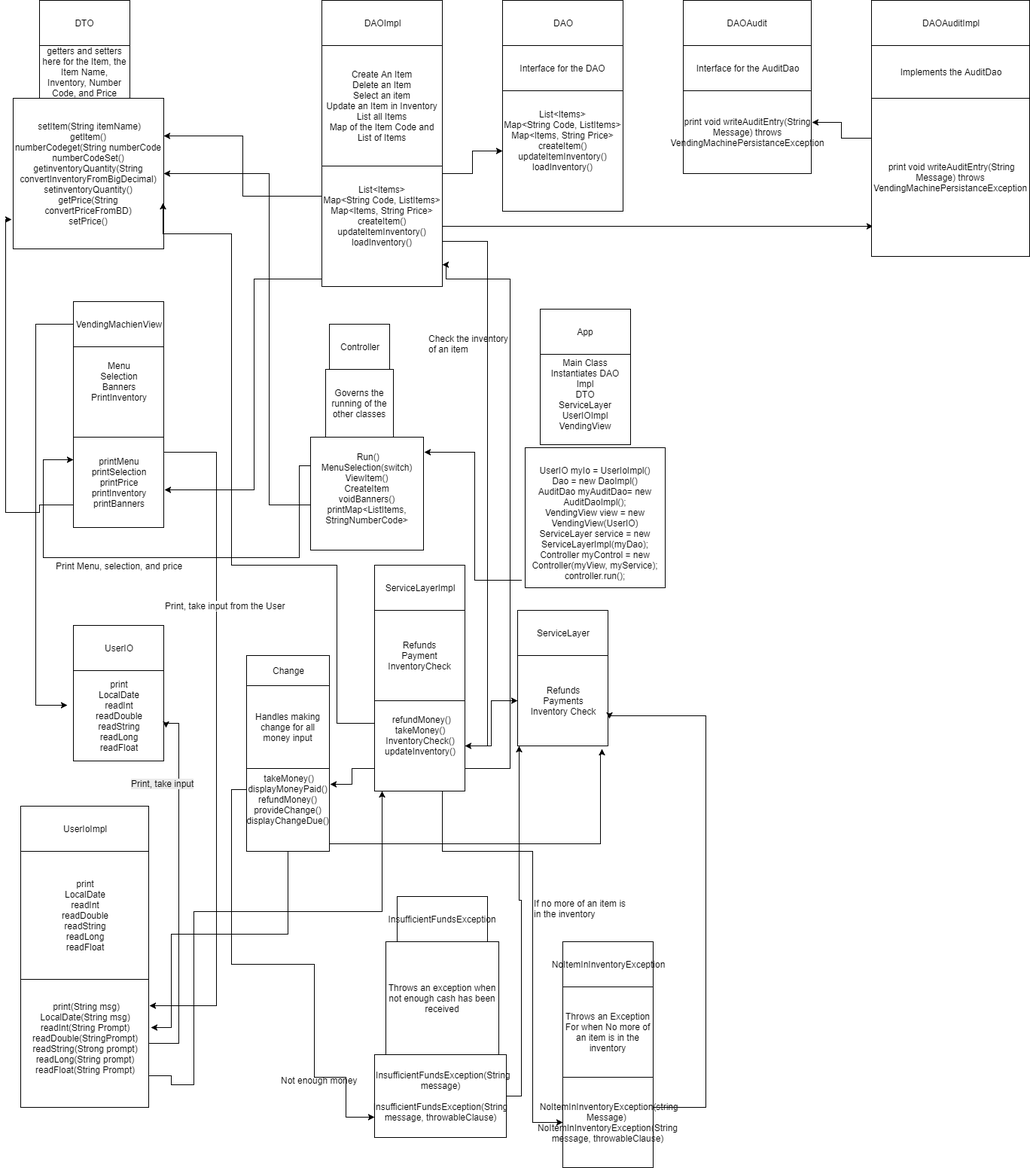
Earlier version of the draw.io export VendingMachine.png (JCLogsdon34/bug-free-happiness). Source tidied: cells renumbered, new cells last; positions are measured from the earlier drawing's top-left corner, leaving out a move shared by most shapes.
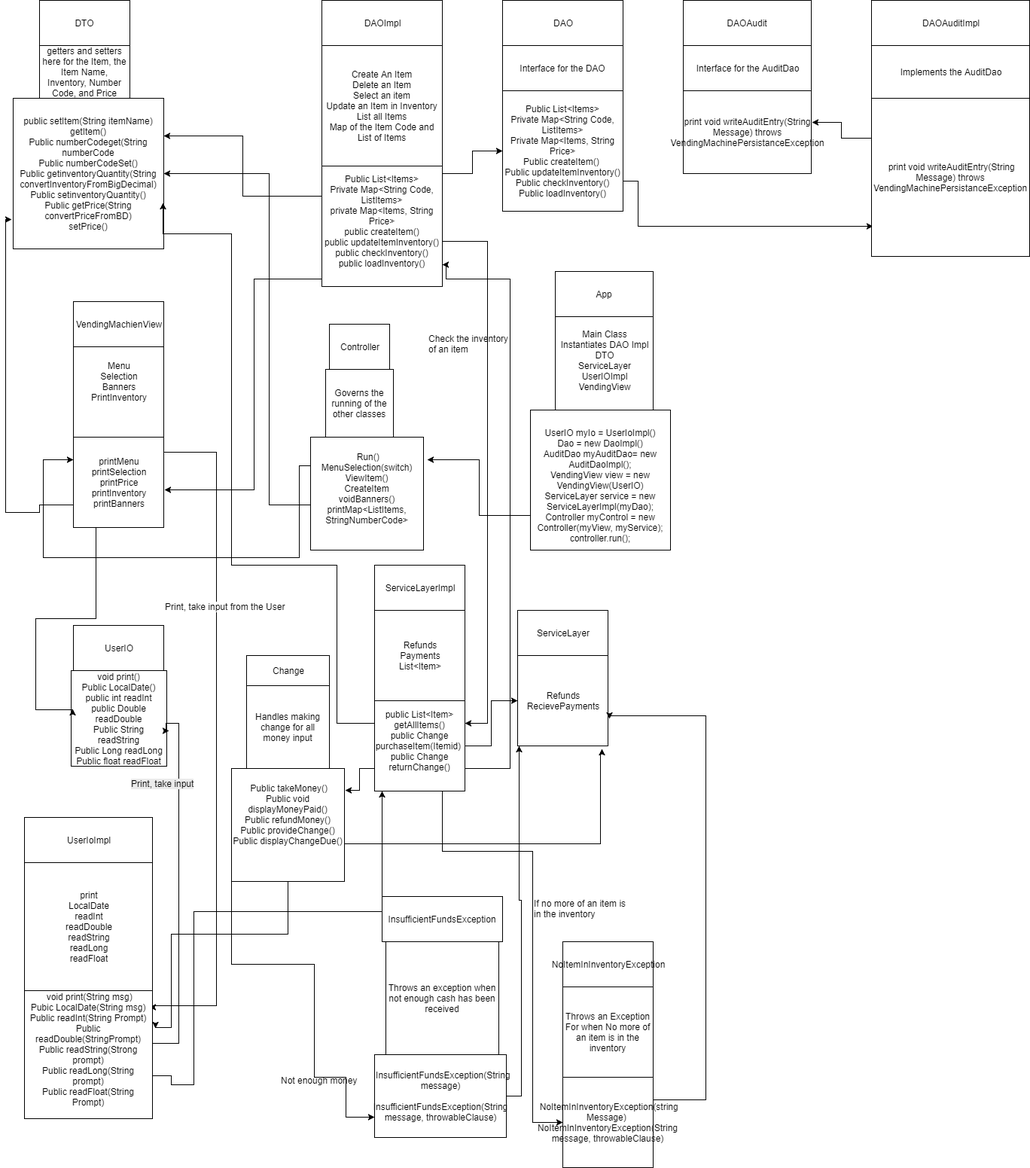
The same diagram one commit later.

The edit, as a diff of the source:
```diff
@@ -6,25 +6,21 @@
       <mxGeometry x="430" y="430" width="80" height="60" as="geometry" />
     </mxCell>
     <mxCell id="3" value="App" style="rounded=0;whiteSpace=wrap;html=1;" parent="1" vertex="1">
-      <mxGeometry x="710" y="410" width="120" height="60" as="geometry" />
+      <mxGeometry x="730" y="360" width="130" height="60" as="geometry" />
     </mxCell>
     <mxCell id="4" value="&lt;div&gt;Governs the running of the other classes&lt;/div&gt;" style="whiteSpace=wrap;html=1;" parent="1" vertex="1">
       <mxGeometry x="425" y="490" width="90" height="90" as="geometry" />
     </mxCell>
     <mxCell id="5" value="&lt;div&gt;Main Class&lt;/div&gt;&lt;div&gt;Instantiates DAO Impl&lt;/div&gt;&lt;div&gt;DTO&lt;/div&gt;&lt;div&gt;ServiceLayer&lt;/div&gt;&lt;div&gt;UserIOImpl&lt;/div&gt;&lt;div&gt;VendingView&lt;/div&gt;&lt;div&gt;&lt;br&gt;&lt;/div&gt;" style="whiteSpace=wrap;html=1;" parent="1" vertex="1">
-      <mxGeometry x="710" y="470" width="120" height="120" as="geometry" />
+      <mxGeometry x="730" y="420" width="130" height="130" as="geometry" />
     </mxCell>
-    <mxCell id="6" style="edgeStyle=orthogonalEdgeStyle;rounded=0;html=1;jettySize=auto;exitX=-0.027;exitY=0.946;exitPerimeter=0;" parent="1" edge="1" source="7">
-      <mxGeometry relative="1" as="geometry">
-        <mxPoint x="556" y="600" as="targetPoint" />
-        <Array as="points">
-          <mxPoint x="623" y="770" />
-          <mxPoint x="623" y="600" />
-        </Array>
-      </mxGeometry>
-    </mxCell>
+    <mxCell id="77" style="edgeStyle=orthogonalEdgeStyle;rounded=0;html=1;exitX=0;exitY=0.75;jettySize=auto;" parent="1" edge="1" source="7">
+      <mxGeometry relative="1" as="geometry">
+        <mxPoint x="560" y="610" as="targetPoint" />
+      </mxGeometry>
+    </mxCell>
     <mxCell id="7" value="&lt;div&gt;&lt;br&gt;&lt;/div&gt;&lt;div&gt;UserIO myIo = UserIoImpl()&lt;/div&gt;&lt;div&gt;Dao = new DaoImpl()&lt;/div&gt;&lt;div&gt;AuditDao myAuditDao= new AuditDaoImpl();&lt;/div&gt;&lt;div&gt;VendingView view = new VendingView(UserIO)&lt;/div&gt;&lt;div&gt;ServiceLayer service = new ServiceLayerImpl(myDao);&lt;/div&gt;&lt;div&gt;Controller myControl = new Controller(myView, myService);&lt;/div&gt;&lt;div&gt;controller.run();&lt;br&gt;&lt;/div&gt;" style="whiteSpace=wrap;html=1;" parent="1" vertex="1">
-      <mxGeometry x="690" y="594" width="186" height="186" as="geometry" />
+      <mxGeometry x="697" y="544" width="186" height="186" as="geometry" />
     </mxCell>
     <mxCell id="8" style="edgeStyle=orthogonalEdgeStyle;rounded=0;html=1;exitX=0;exitY=0.25;jettySize=auto;entryX=0;entryY=0.25;" parent="1" edge="1" source="10" target="37">
       <mxGeometry relative="1" as="geometry">
@@ -54,7 +50,7 @@
     <mxCell id="12" value="getters and setters here for the Item, the Item Name, Inventory, Number Code, and Price" style="rounded=0;whiteSpace=wrap;html=1;" parent="1" vertex="1">
       <mxGeometry x="45" y="60" width="120" height="70" as="geometry" />
     </mxCell>
-    <mxCell id="13" value="&amp;nbsp;setItem(String itemName)&lt;div&gt;getItem()&lt;br&gt;&lt;div&gt;numberCodeget(String numberCode&lt;/div&gt;&lt;div&gt;numberCodeSet()&lt;/div&gt;&lt;div&gt;getinventoryQuantity(String convertInventoryFromBigDecimal)&lt;/div&gt;&lt;div&gt;setinventoryQuantity()&lt;/div&gt;&lt;div&gt;getPrice(String convertPriceFromBD)&lt;/div&gt;&lt;div&gt;setPrice()&lt;/div&gt;&lt;/div&gt;" style="whiteSpace=wrap;html=1;" parent="1" vertex="1">
+    <mxCell id="13" value="public setItem(String itemName)&lt;div&gt;getItem()&lt;br&gt;&lt;div&gt;Public numberCodeget(String numberCode&lt;/div&gt;&lt;div&gt;Public numberCodeSet()&lt;/div&gt;&lt;div&gt;Public getinventoryQuantity(String convertInventoryFromBigDecimal)&lt;/div&gt;&lt;div&gt;Public setinventoryQuantity()&lt;/div&gt;&lt;div&gt;Public getPrice(String convertPriceFromBD)&lt;/div&gt;&lt;div&gt;setPrice()&lt;/div&gt;&lt;/div&gt;" style="whiteSpace=wrap;html=1;" parent="1" vertex="1">
       <mxGeometry x="10" y="130" width="200" height="200" as="geometry" />
     </mxCell>
     <mxCell id="14" value="DAO" style="rounded=0;whiteSpace=wrap;html=1;" parent="1" vertex="1">
@@ -101,52 +97,46 @@
         </Array>
       </mxGeometry>
     </mxCell>
-    <mxCell id="25" style="edgeStyle=orthogonalEdgeStyle;rounded=0;html=1;exitX=1;exitY=0.5;entryX=0.01;entryY=0.81;entryPerimeter=0;jettySize=auto;" parent="1" edge="1" source="28" target="72">
-      <mxGeometry relative="1" as="geometry" />
+    <mxCell id="25" style="edgeStyle=orthogonalEdgeStyle;rounded=0;html=1;entryX=0.01;entryY=0.81;entryPerimeter=0;jettySize=auto;exitX=1;exitY=0.75;" parent="1" edge="1" source="29" target="72">
+      <mxGeometry relative="1" as="geometry">
+        <Array as="points">
+          <mxPoint x="840" y="240" />
+          <mxPoint x="840" y="300" />
+        </Array>
+      </mxGeometry>
     </mxCell>
-    <mxCell id="26" style="edgeStyle=orthogonalEdgeStyle;rounded=0;html=1;exitX=1;exitY=0.75;jettySize=auto;entryX=1;entryY=0.5;" parent="1" edge="1" source="28" target="45">
+    <mxCell id="26" style="edgeStyle=orthogonalEdgeStyle;rounded=0;html=1;exitX=1;exitY=0.75;jettySize=auto;entryX=1;entryY=0.25;" parent="1" edge="1" source="28" target="45">
       <mxGeometry relative="1" as="geometry">
         <Array as="points">
           <mxPoint x="580" y="320" />
           <mxPoint x="640" y="320" />
-          <mxPoint x="640" y="990" />
+          <mxPoint x="640" y="960" />
         </Array>
       </mxGeometry>
     </mxCell>
     <mxCell id="27" style="edgeStyle=orthogonalEdgeStyle;rounded=0;html=1;exitX=0;exitY=0.25;entryX=1;entryY=0.25;jettySize=auto;" parent="1" edge="1" source="28" target="13">
       <mxGeometry relative="1" as="geometry" />
     </mxCell>
-    <mxCell id="28" value="List&amp;lt;Items&amp;gt;&lt;div&gt;Map&amp;lt;String Code, ListItems&amp;gt;&lt;/div&gt;&lt;div&gt;Map&amp;lt;Items, String Price&amp;gt;&lt;/div&gt;&lt;div&gt;createItem()&lt;/div&gt;&lt;div&gt;updateItemInventory()&lt;/div&gt;&lt;div&gt;loadInventory()&lt;/div&gt;&lt;div&gt;&lt;br&gt;&lt;/div&gt;&lt;div&gt;&lt;br&gt;&lt;/div&gt;" style="whiteSpace=wrap;html=1;" parent="1" vertex="1">
+    <mxCell id="28" value="&lt;div&gt;&lt;br&gt;&lt;/div&gt;Public List&amp;lt;Items&amp;gt;&lt;div&gt;Private Map&amp;lt;String Code, ListItems&amp;gt;&lt;/div&gt;&lt;div&gt;private Map&amp;lt;Items, String Price&amp;gt;&lt;/div&gt;&lt;div&gt;public createItem()&lt;/div&gt;&lt;div&gt;public updateItemInventory()&lt;/div&gt;&lt;div&gt;public checkInventory()&lt;/div&gt;&lt;div&gt;public loadInventory()&lt;/div&gt;&lt;div&gt;&lt;br&gt;&lt;/div&gt;&lt;div&gt;&lt;br&gt;&lt;/div&gt;" style="whiteSpace=wrap;html=1;" parent="1" vertex="1">
       <mxGeometry x="420" y="220" width="160" height="160" as="geometry" />
     </mxCell>
-    <mxCell id="29" value="List&amp;lt;Items&amp;gt;&lt;div&gt;Map&amp;lt;String Code, ListItems&amp;gt;&lt;/div&gt;&lt;div&gt;Map&amp;lt;Items, String Price&amp;gt;&lt;/div&gt;&lt;div&gt;createItem()&lt;/div&gt;&lt;div&gt;updateItemInventory()&lt;/div&gt;&lt;div&gt;loadInventory()&lt;/div&gt;&lt;div&gt;&lt;br&gt;&lt;/div&gt;&lt;div&gt;&lt;br&gt;&lt;/div&gt;" style="whiteSpace=wrap;html=1;" parent="1" vertex="1">
+    <mxCell id="29" value="&lt;div&gt;&lt;span&gt;Public List&amp;lt;Items&amp;gt;&lt;/span&gt;&lt;br&gt;&lt;/div&gt;&lt;div&gt;&lt;div&gt;Private Map&amp;lt;String Code, ListItems&amp;gt;&lt;/div&gt;&lt;div&gt;Private Map&amp;lt;Items, String Price&amp;gt;&lt;/div&gt;&lt;div&gt;Public createItem()&amp;nbsp;&lt;/div&gt;&lt;div&gt;&lt;span&gt;Public updateItemInventory()&lt;/span&gt;&lt;/div&gt;&lt;div&gt;Public checkInventory()&lt;/div&gt;&lt;div&gt;Public loadInventory()&lt;/div&gt;&lt;/div&gt;" style="whiteSpace=wrap;html=1;" parent="1" vertex="1">
       <mxGeometry x="660" y="120" width="160" height="160" as="geometry" />
     </mxCell>
-    <mxCell id="30" style="edgeStyle=orthogonalEdgeStyle;rounded=0;html=1;jettySize=auto;entryX=-0.067;entryY=0.383;entryPerimeter=0;" parent="1" edge="1" source="32" target="58">
-      <mxGeometry relative="1" as="geometry">
-        <Array as="points">
-          <mxPoint x="40" y="430" />
-          <mxPoint x="40" y="936" />
-        </Array>
-      </mxGeometry>
-    </mxCell>
-    <mxCell id="31" value="Print Menu, selection, and price" style="text;html=1;align=center;verticalAlign=middle;labelBackgroundColor=#ffffff;" parent="30" vertex="1">
-      <mxGeometry x="0.15" y="11" relative="1" as="geometry">
-        <mxPoint x="99" y="25" as="offset" />
-      </mxGeometry>
-    </mxCell>
     <mxCell id="32" value="VendingMachienView" style="rounded=0;whiteSpace=wrap;html=1;" parent="1" vertex="1">
       <mxGeometry x="90" y="400" width="120" height="60" as="geometry" />
     </mxCell>
     <mxCell id="33" value="Menu&lt;div&gt;Selection&lt;/div&gt;&lt;div&gt;Banners&lt;/div&gt;&lt;div&gt;PrintInventory&lt;/div&gt;&lt;div&gt;&lt;br&gt;&lt;/div&gt;&lt;div&gt;&lt;br&gt;&lt;/div&gt;" style="whiteSpace=wrap;html=1;" parent="1" vertex="1">
       <mxGeometry x="90" y="460" width="120" height="120" as="geometry" />
     </mxCell>
-    <mxCell id="34" style="edgeStyle=orthogonalEdgeStyle;rounded=0;html=1;exitX=1;exitY=0.25;jettySize=auto;entryX=1.006;entryY=0.206;entryPerimeter=0;" parent="1" edge="1" source="37" target="61">
+    <mxCell id="34" style="edgeStyle=orthogonalEdgeStyle;rounded=0;html=1;exitX=1;exitY=0.25;jettySize=auto;entryX=0.976;entryY=0.129;entryPerimeter=0;" parent="1" edge="1" source="37" target="61">
       <mxGeometry relative="1" as="geometry">
         <Array as="points">
           <mxPoint x="210" y="600" />
           <mxPoint x="280" y="600" />
           <mxPoint x="280" y="1335" />
+          <mxPoint x="196" y="1335" />
+          <mxPoint x="196" y="1337" />
         </Array>
       </mxGeometry>
     </mxCell>
@@ -169,7 +159,7 @@
     <mxCell id="38" value="ServiceLayer" style="rounded=0;whiteSpace=wrap;html=1;" parent="1" vertex="1">
       <mxGeometry x="680" y="810" width="120" height="60" as="geometry" />
     </mxCell>
-    <mxCell id="39" value="Refunds&lt;div&gt;Payment&lt;/div&gt;&lt;div&gt;InventoryCheck&lt;/div&gt;" style="whiteSpace=wrap;html=1;" parent="1" vertex="1">
+    <mxCell id="39" value="Refunds&lt;div&gt;Payments&lt;/div&gt;&lt;div&gt;List&amp;lt;Item&amp;gt;&lt;/div&gt;" style="whiteSpace=wrap;html=1;" parent="1" vertex="1">
       <mxGeometry x="490" y="810" width="120" height="120" as="geometry" />
     </mxCell>
     <mxCell id="40" style="edgeStyle=orthogonalEdgeStyle;rounded=0;html=1;jettySize=auto;entryX=0;entryY=0.5;" parent="1" edge="1" source="45" target="53">
@@ -208,7 +198,7 @@
         </Array>
       </mxGeometry>
     </mxCell>
-    <mxCell id="45" value="&amp;nbsp;refundMoney()&lt;div&gt;takeMoney()&lt;/div&gt;&lt;div&gt;InventoryCheck()&lt;/div&gt;&lt;div&gt;updateInventory()&lt;/div&gt;&lt;div&gt;&lt;br&gt;&lt;/div&gt;&lt;div&gt;&lt;br&gt;&lt;/div&gt;" style="whiteSpace=wrap;html=1;" parent="1" vertex="1">
+    <mxCell id="45" value="&lt;div&gt;&lt;span&gt;public List&amp;lt;Item&amp;gt; getAllItems()&lt;/span&gt;&lt;br&gt;&lt;/div&gt;&lt;div&gt;&lt;span&gt;public Change purchaseItem(Itemid)&amp;nbsp;&lt;/span&gt;&lt;/div&gt;&lt;div&gt;&lt;div&gt;public Change returnChange()&lt;/div&gt;&lt;/div&gt;&lt;div&gt;&lt;br&gt;&lt;/div&gt;" style="whiteSpace=wrap;html=1;" parent="1" vertex="1">
       <mxGeometry x="490" y="930" width="120" height="120" as="geometry" />
     </mxCell>
     <mxCell id="46" value="&lt;div&gt;Handles making change for all money input&lt;/div&gt;" style="whiteSpace=wrap;html=1;" parent="1" vertex="1">
@@ -235,17 +225,18 @@
         </Array>
       </mxGeometry>
     </mxCell>
-    <mxCell id="49" style="edgeStyle=orthogonalEdgeStyle;rounded=0;html=1;exitX=1;exitY=0.5;jettySize=auto;entryX=1.018;entryY=0.376;entryPerimeter=0;" parent="1" edge="1" source="50" target="61">
+    <mxCell id="49" style="edgeStyle=orthogonalEdgeStyle;rounded=0;html=1;exitX=1;exitY=0.5;jettySize=auto;entryX=1.024;entryY=0.294;entryPerimeter=0;" parent="1" edge="1" source="50" target="61">
       <mxGeometry relative="1" as="geometry">
         <Array as="points">
           <mxPoint x="375" y="1240" />
           <mxPoint x="220" y="1240" />
           <mxPoint x="220" y="1364" />
+          <mxPoint x="199" y="1364" />
         </Array>
       </mxGeometry>
     </mxCell>
-    <mxCell id="50" value="&amp;nbsp;&lt;span&gt;takeMoney()&lt;/span&gt;&lt;div&gt;displayMoneyPaid()&lt;br&gt;&lt;div&gt;&lt;div&gt;refundMoney()&lt;div&gt;&lt;span&gt;provideChange()&lt;/span&gt;&lt;br&gt;&lt;/div&gt;&lt;div&gt;&lt;span&gt;displayChangeDue()&lt;/span&gt;&lt;/div&gt;&lt;div&gt;&lt;span&gt;&lt;br&gt;&lt;/span&gt;&lt;/div&gt;&lt;div&gt;&lt;br&gt;&lt;/div&gt;&lt;/div&gt;&lt;/div&gt;&lt;/div&gt;" style="whiteSpace=wrap;html=1;direction=south;" parent="1" vertex="1">
-      <mxGeometry x="320" y="1020" width="110" height="110" as="geometry" />
+    <mxCell id="50" value="&amp;nbsp;Public&amp;nbsp;&lt;span&gt;takeMoney()&lt;/span&gt;&lt;div&gt;Public void displayMoneyPaid()&lt;br&gt;&lt;div&gt;&lt;div&gt;Public refundMoney()&lt;div&gt;&lt;span&gt;Public provideChange()&lt;/span&gt;&lt;br&gt;&lt;/div&gt;&lt;div&gt;&lt;span&gt;Public displayChangeDue()&lt;/span&gt;&lt;/div&gt;&lt;div&gt;&lt;span&gt;&lt;br&gt;&lt;/span&gt;&lt;/div&gt;&lt;div&gt;&lt;br&gt;&lt;/div&gt;&lt;/div&gt;&lt;/div&gt;&lt;/div&gt;" style="whiteSpace=wrap;html=1;direction=south;" parent="1" vertex="1">
+      <mxGeometry x="300" y="1020" width="150" height="150" as="geometry" />
     </mxCell>
     <mxCell id="51" value="ServiceLayerImpl" style="rounded=0;whiteSpace=wrap;html=1;" parent="1" vertex="1">
       <mxGeometry x="490" y="750" width="120" height="60" as="geometry" />
@@ -253,23 +244,20 @@
     <mxCell id="52" value="Change" style="rounded=0;whiteSpace=wrap;html=1;" parent="1" vertex="1">
       <mxGeometry x="320" y="870" width="110" height="40" as="geometry" />
     </mxCell>
-    <mxCell id="53" value="&lt;div&gt;Refunds&lt;/div&gt;&lt;div&gt;Payments&lt;/div&gt;&lt;div&gt;Inventory Check&lt;/div&gt;" style="whiteSpace=wrap;html=1;" parent="1" vertex="1">
+    <mxCell id="53" value="&lt;div&gt;Refunds&lt;/div&gt;&lt;div&gt;RecievePayments&lt;/div&gt;" style="whiteSpace=wrap;html=1;" parent="1" vertex="1">
       <mxGeometry x="680" y="870" width="120" height="120" as="geometry" />
     </mxCell>
     <mxCell id="54" value="UserIO" style="rounded=0;whiteSpace=wrap;html=1;" parent="1" vertex="1">
       <mxGeometry x="90" y="830" width="120" height="60" as="geometry" />
     </mxCell>
     <mxCell id="55" value="UserIoImpl" style="rounded=0;whiteSpace=wrap;html=1;" parent="1" vertex="1">
-      <mxGeometry x="20" y="1070" width="170" height="60" as="geometry" />
+      <mxGeometry x="25" y="1085" width="170" height="60" as="geometry" />
     </mxCell>
-    <mxCell id="56" value="print&lt;div&gt;LocalDate&lt;/div&gt;&lt;div&gt;readInt&lt;/div&gt;&lt;div&gt;readDouble&lt;/div&gt;&lt;div&gt;readString&lt;/div&gt;&lt;div&gt;readLong&lt;/div&gt;&lt;div&gt;readFloat&lt;/div&gt;" style="whiteSpace=wrap;html=1;" parent="1" vertex="1">
-      <mxGeometry x="90" y="890" width="120" height="120" as="geometry" />
-    </mxCell>
     <mxCell id="57" value="&lt;span&gt;print&lt;/span&gt;&lt;div&gt;LocalDate&lt;/div&gt;&lt;div&gt;readInt&lt;/div&gt;&lt;div&gt;readDouble&lt;/div&gt;&lt;div&gt;readString&lt;/div&gt;&lt;div&gt;readLong&lt;/div&gt;&lt;div&gt;readFloat&lt;/div&gt;" style="whiteSpace=wrap;html=1;" parent="1" vertex="1">
-      <mxGeometry x="20" y="1130" width="170" height="170" as="geometry" />
+      <mxGeometry x="25" y="1145" width="170" height="170" as="geometry" />
     </mxCell>
-    <mxCell id="58" value="&lt;span&gt;print&lt;/span&gt;&lt;div&gt;LocalDate&lt;/div&gt;&lt;div&gt;readInt&lt;/div&gt;&lt;div&gt;readDouble&lt;/div&gt;&lt;div&gt;readString&lt;/div&gt;&lt;div&gt;readLong&lt;/div&gt;&lt;div&gt;readFloat&lt;/div&gt;" style="whiteSpace=wrap;html=1;" parent="1" vertex="1">
-      <mxGeometry x="90" y="890" width="120" height="120" as="geometry" />
+    <mxCell id="58" value="&lt;span&gt;void print()&lt;/span&gt;&lt;div&gt;Public LocalDate()&lt;/div&gt;&lt;div&gt;public int readInt&lt;/div&gt;&lt;div&gt;public Double readDouble&lt;/div&gt;&lt;div&gt;Public String readString&lt;/div&gt;&lt;div&gt;Public Long readLong&lt;/div&gt;&lt;div&gt;Public float readFloat&lt;/div&gt;" style="whiteSpace=wrap;html=1;" parent="1" vertex="1">
+      <mxGeometry x="87" y="890" width="127" height="127" as="geometry" />
     </mxCell>
     <mxCell id="59" style="edgeStyle=orthogonalEdgeStyle;rounded=0;html=1;jettySize=auto;entryX=1.025;entryY=0.633;entryPerimeter=0;" parent="1" edge="1" source="61" target="58">
       <mxGeometry relative="1" as="geometry">
@@ -291,19 +279,19 @@
         </Array>
       </mxGeometry>
     </mxCell>
-    <mxCell id="61" value="&amp;nbsp;print(String msg)&lt;div&gt;LocalDate(String msg)&lt;/div&gt;&lt;div&gt;readInt(String Prompt)&lt;/div&gt;&lt;div&gt;readDouble(StringPrompt)&lt;/div&gt;&lt;div&gt;readString(Strong prompt)&lt;/div&gt;&lt;div&gt;readLong(String prompt)&lt;/div&gt;&lt;div&gt;readFloat(String Prompt)&lt;/div&gt;&lt;div&gt;&lt;br&gt;&lt;/div&gt;" style="whiteSpace=wrap;html=1;" parent="1" vertex="1">
-      <mxGeometry x="20" y="1300" width="170" height="170" as="geometry" />
+    <mxCell id="61" value="&amp;nbsp;void print(String msg)&lt;div&gt;Pubic LocalDate(String msg)&lt;/div&gt;&lt;div&gt;Public readInt(String Prompt)&lt;/div&gt;&lt;div&gt;Public readDouble(StringPrompt)&lt;/div&gt;&lt;div&gt;Public readString(Strong prompt)&lt;/div&gt;&lt;div&gt;Public readLong(String prompt)&lt;/div&gt;&lt;div&gt;Public readFloat(String Prompt)&lt;/div&gt;&lt;div&gt;&lt;br&gt;&lt;/div&gt;" style="whiteSpace=wrap;html=1;" parent="1" vertex="1">
+      <mxGeometry x="25" y="1315" width="170" height="170" as="geometry" />
     </mxCell>
     <mxCell id="62" value="NoItemInInventoryException" style="rounded=0;whiteSpace=wrap;html=1;" parent="1" vertex="1">
       <mxGeometry x="740" y="1250" width="120" height="60" as="geometry" />
     </mxCell>
     <mxCell id="63" value="InsufficientFundsException" style="rounded=0;whiteSpace=wrap;html=1;" parent="1" vertex="1">
-      <mxGeometry x="520" y="1190" width="120" height="60" as="geometry" />
+      <mxGeometry x="500" y="1190" width="160" height="60" as="geometry" />
     </mxCell>
     <mxCell id="64" style="edgeStyle=orthogonalEdgeStyle;rounded=0;html=1;jettySize=auto;entryX=1.017;entryY=0.7;entryPerimeter=0;" parent="1" edge="1" source="65" target="53">
       <mxGeometry relative="1" as="geometry">
         <Array as="points">
-          <mxPoint x="930" y="1470" />
+          <mxPoint x="930" y="1460" />
           <mxPoint x="930" y="950" />
           <mxPoint x="802" y="950" />
         </Array>
@@ -351,5 +339,15 @@
     <mxCell id="76" value="&amp;nbsp;&amp;nbsp;InsufficientFundsException(String message)&lt;div&gt;&lt;br&gt;&lt;div&gt;InsufficientFundsException(String message, throwableClause)&lt;/div&gt;&lt;/div&gt;" style="rounded=0;whiteSpace=wrap;html=1;" parent="1" vertex="1">
       <mxGeometry x="490" y="1400" width="175" height="110" as="geometry" />
     </mxCell>
+    <mxCell id="78" style="edgeStyle=orthogonalEdgeStyle;rounded=0;html=1;exitX=0.25;exitY=1;jettySize=auto;entryX=0.016;entryY=0.402;entryPerimeter=0;" parent="1" edge="1" source="37" target="58">
+      <mxGeometry relative="1" as="geometry">
+        <Array as="points">
+          <mxPoint x="120" y="821" />
+          <mxPoint x="40" y="821" />
+          <mxPoint x="40" y="942" />
+          <mxPoint x="89" y="942" />
+        </Array>
+      </mxGeometry>
+    </mxCell>
   </root>
 </mxGraphModel>
```
